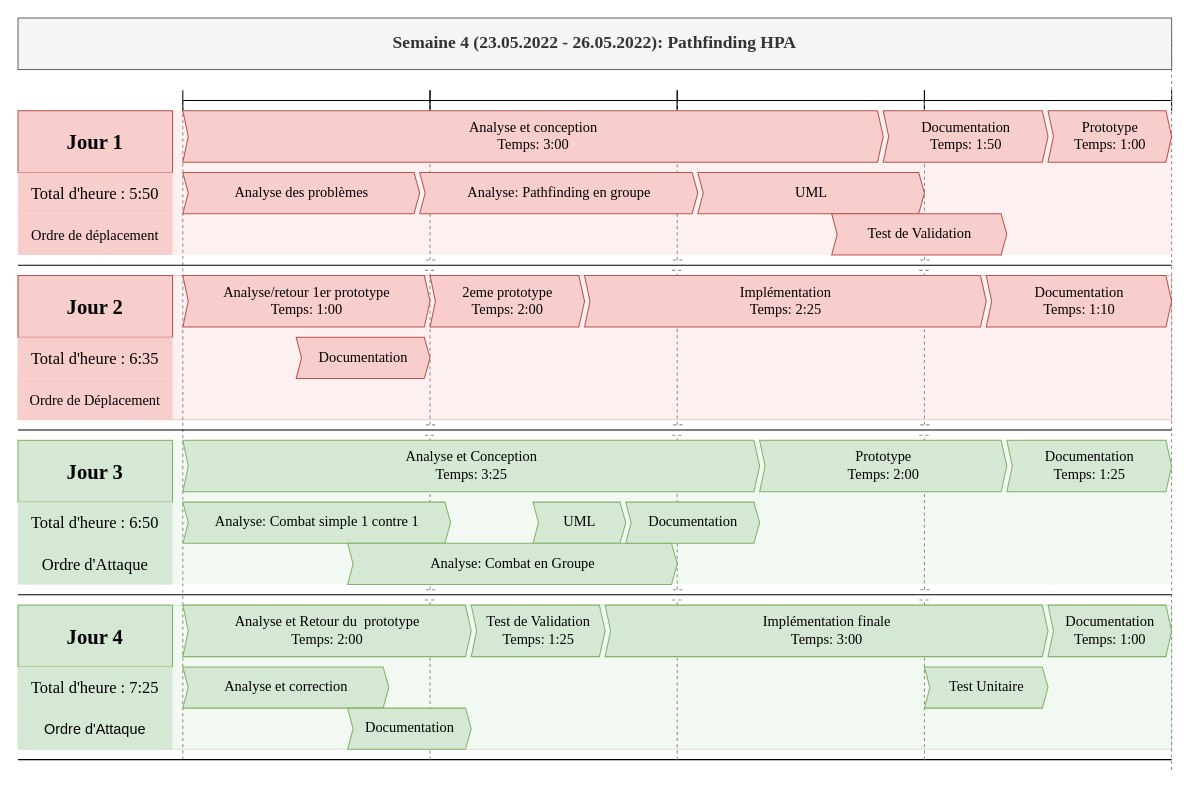
Above: Assets/Documentation/Planification/FlorianDuruz_PlanningSemaine4_CastleDefense.drawio in Cat-du-Fromage/TPI_CastleDefense (draw.io), before the change. Source tidied: cells renumbered, new cells numbered last; positions are measured from the earlier drawing's top-left corner, leaving out a move shared by most shapes. Both pictures are drawn from the tidied source at 103%, with x=0, y=0 at pixel (18, 18).
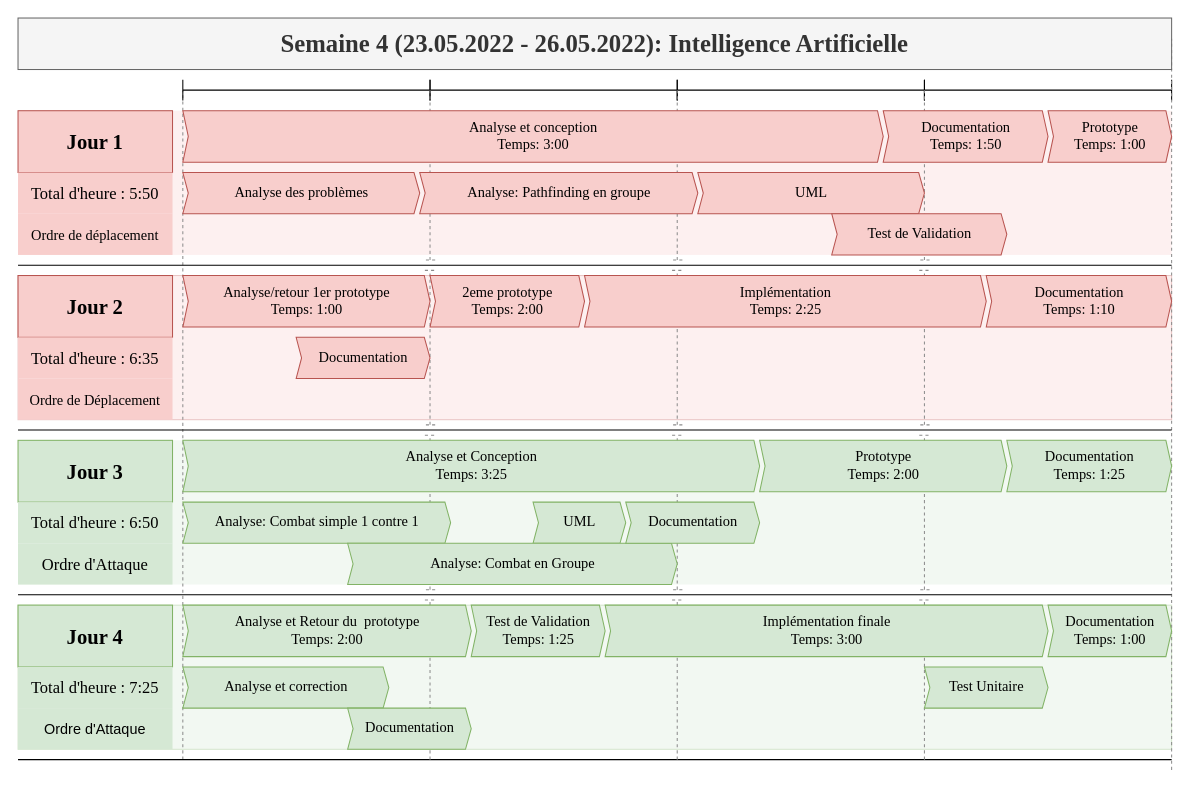
The same page after the edit.

Diff of the diagram source:
```diff
@@
     <mxCell id="7" style="shape=crossbar;whiteSpace=wrap;html=1;rounded=1;" parent="6" vertex="1">
-      <mxGeometry x="880" y="70" width="240" height="20" as="geometry" />
+      <mxGeometry x="880" y="60" width="240" height="20" as="geometry" />
     </mxCell>
@@
     <mxCell id="13" style="shape=crossbar;whiteSpace=wrap;html=1;rounded=1;" parent="6" vertex="1">
-      <mxGeometry x="640" y="70" width="240" height="20" as="geometry" />
+      <mxGeometry x="640" y="60" width="240" height="20" as="geometry" />
     </mxCell>
     <mxCell id="14" style="shape=crossbar;whiteSpace=wrap;html=1;rounded=1;" parent="6" vertex="1">
-      <mxGeometry x="400" y="70" width="240" height="20" as="geometry" />
+      <mxGeometry x="400" y="60" width="240" height="20" as="geometry" />
     </mxCell>
     <mxCell id="15" style="shape=crossbar;whiteSpace=wrap;html=1;rounded=1;" parent="6" vertex="1">
-      <mxGeometry x="160" y="70" width="240" height="20" as="geometry" />
+      <mxGeometry x="160" y="60" width="240" height="20" as="geometry" />
     </mxCell>
@@
-    <mxCell id="36" value="Semaine 4 (23.05.2022 - 26.05.2022): Pathfinding HPA" style="rounded=0;whiteSpace=wrap;html=1;fillColor=#f5f5f5;strokeColor=#666666;fontSize=17;fontStyle=1;fontColor=#333333;fontFamily=Times New Roman;" parent="21" vertex="1">
+    <mxCell id="36" value="Semaine 4 (23.05.2022 - 26.05.2022): Intelligence Artificielle" style="rounded=0;whiteSpace=wrap;html=1;fillColor=#f5f5f5;strokeColor=#666666;fontSize=24;fontStyle=1;fontColor=#333333;fontFamily=Times New Roman;" parent="21" vertex="1">
       <mxGeometry width="1120" height="50" as="geometry" />
     </mxCell>
```
